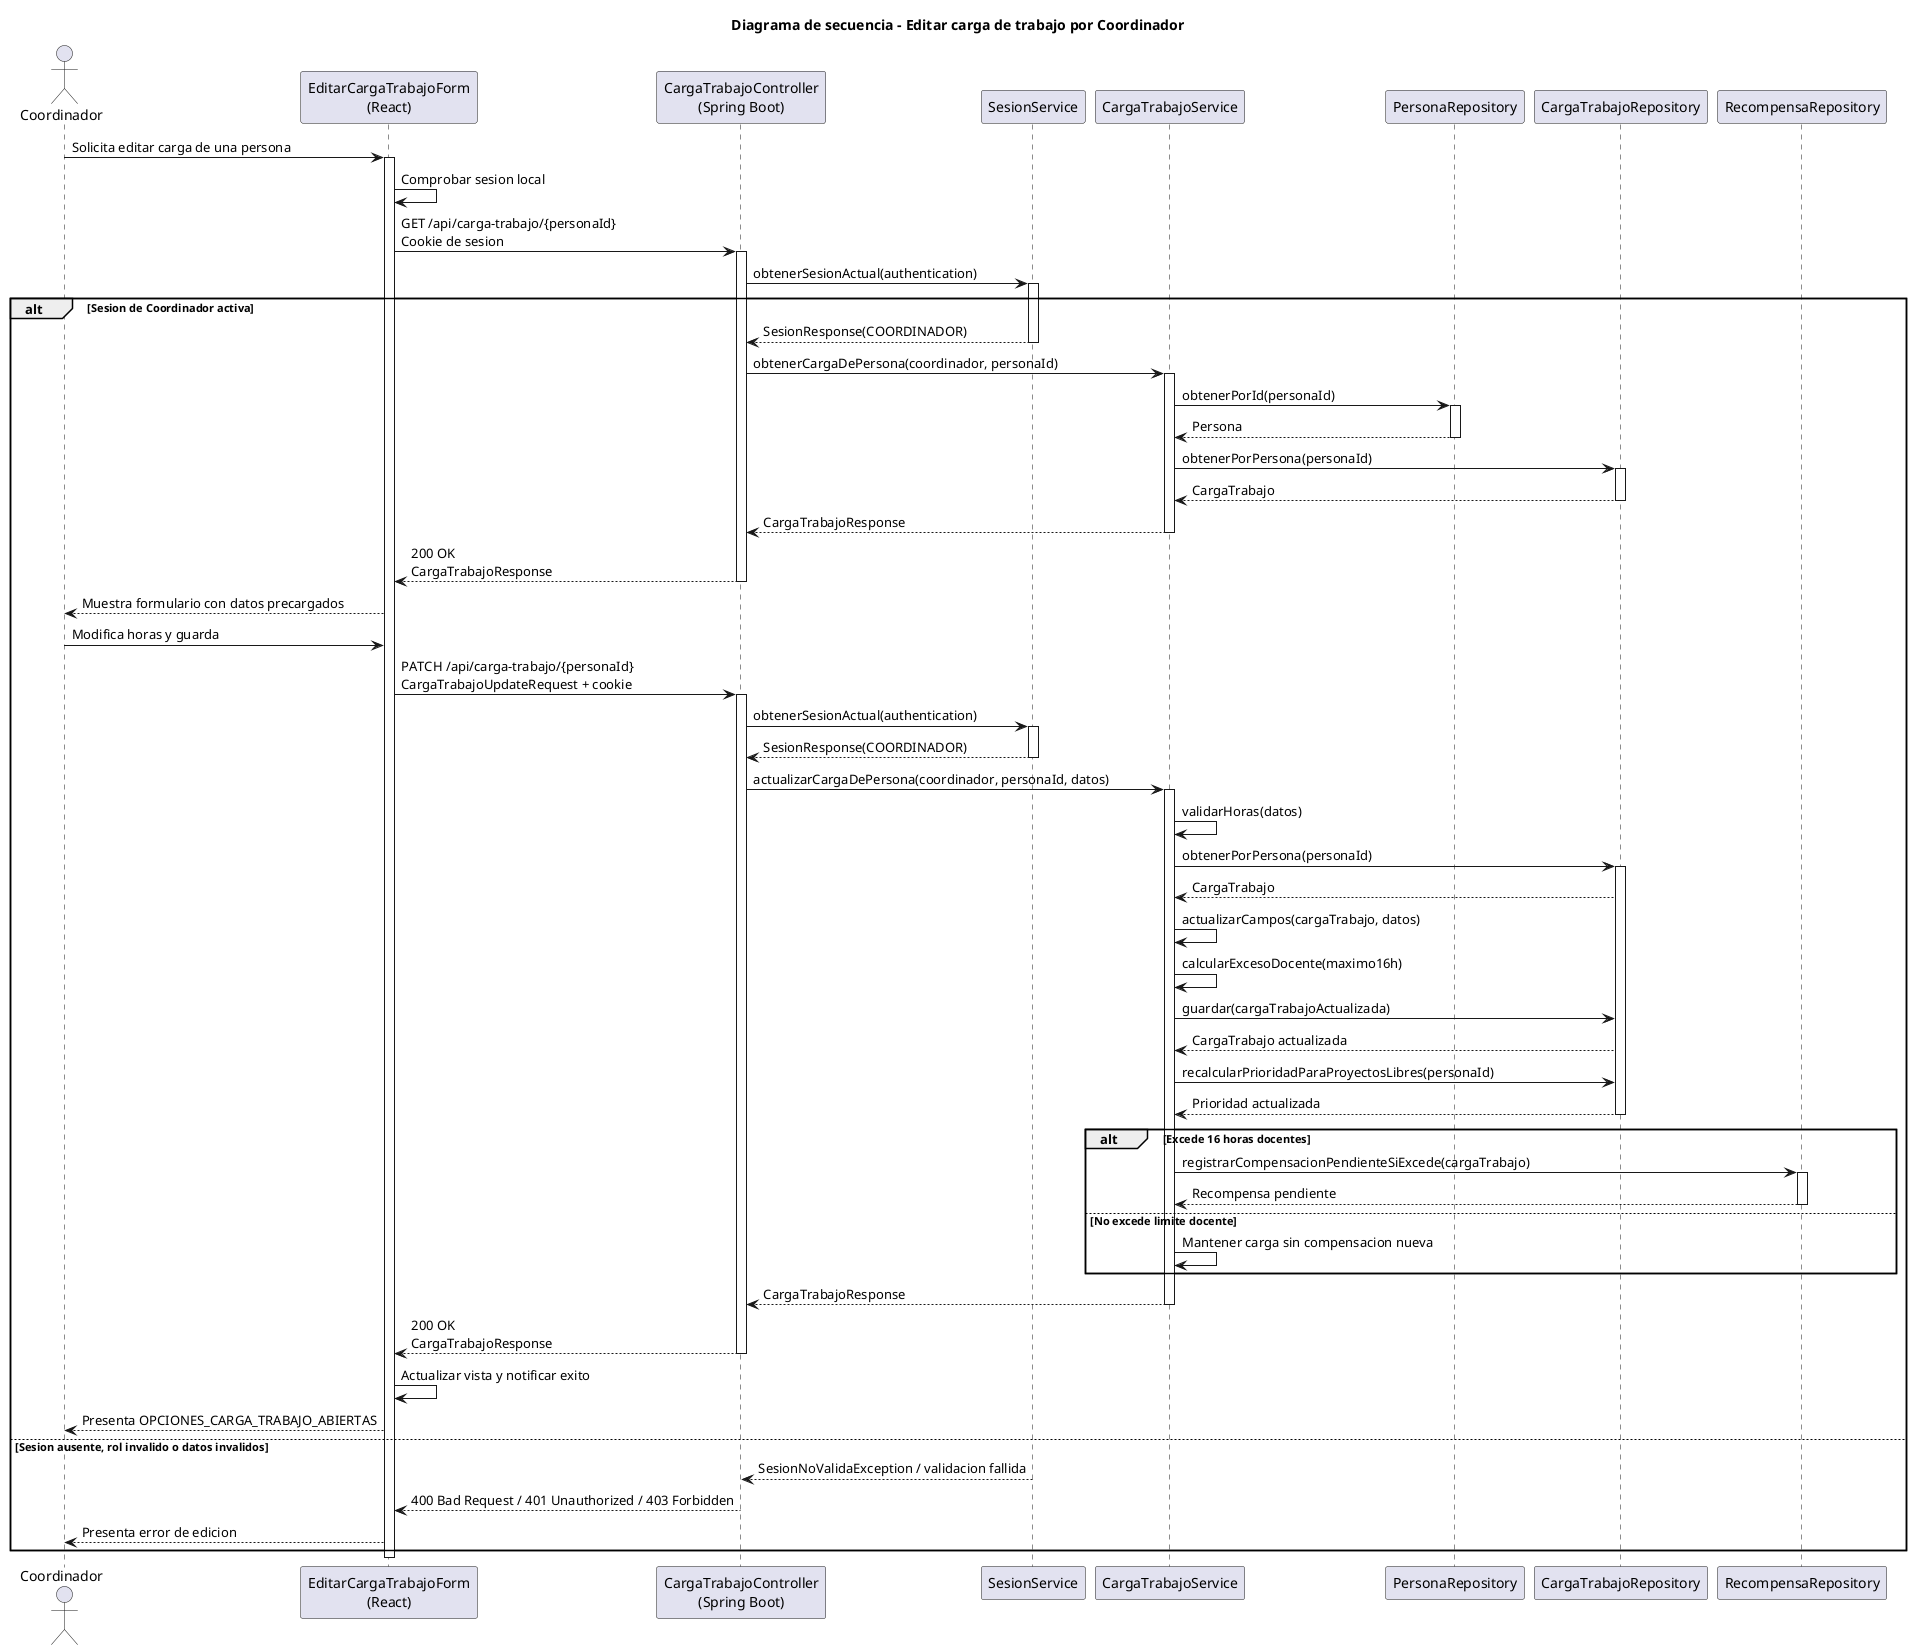
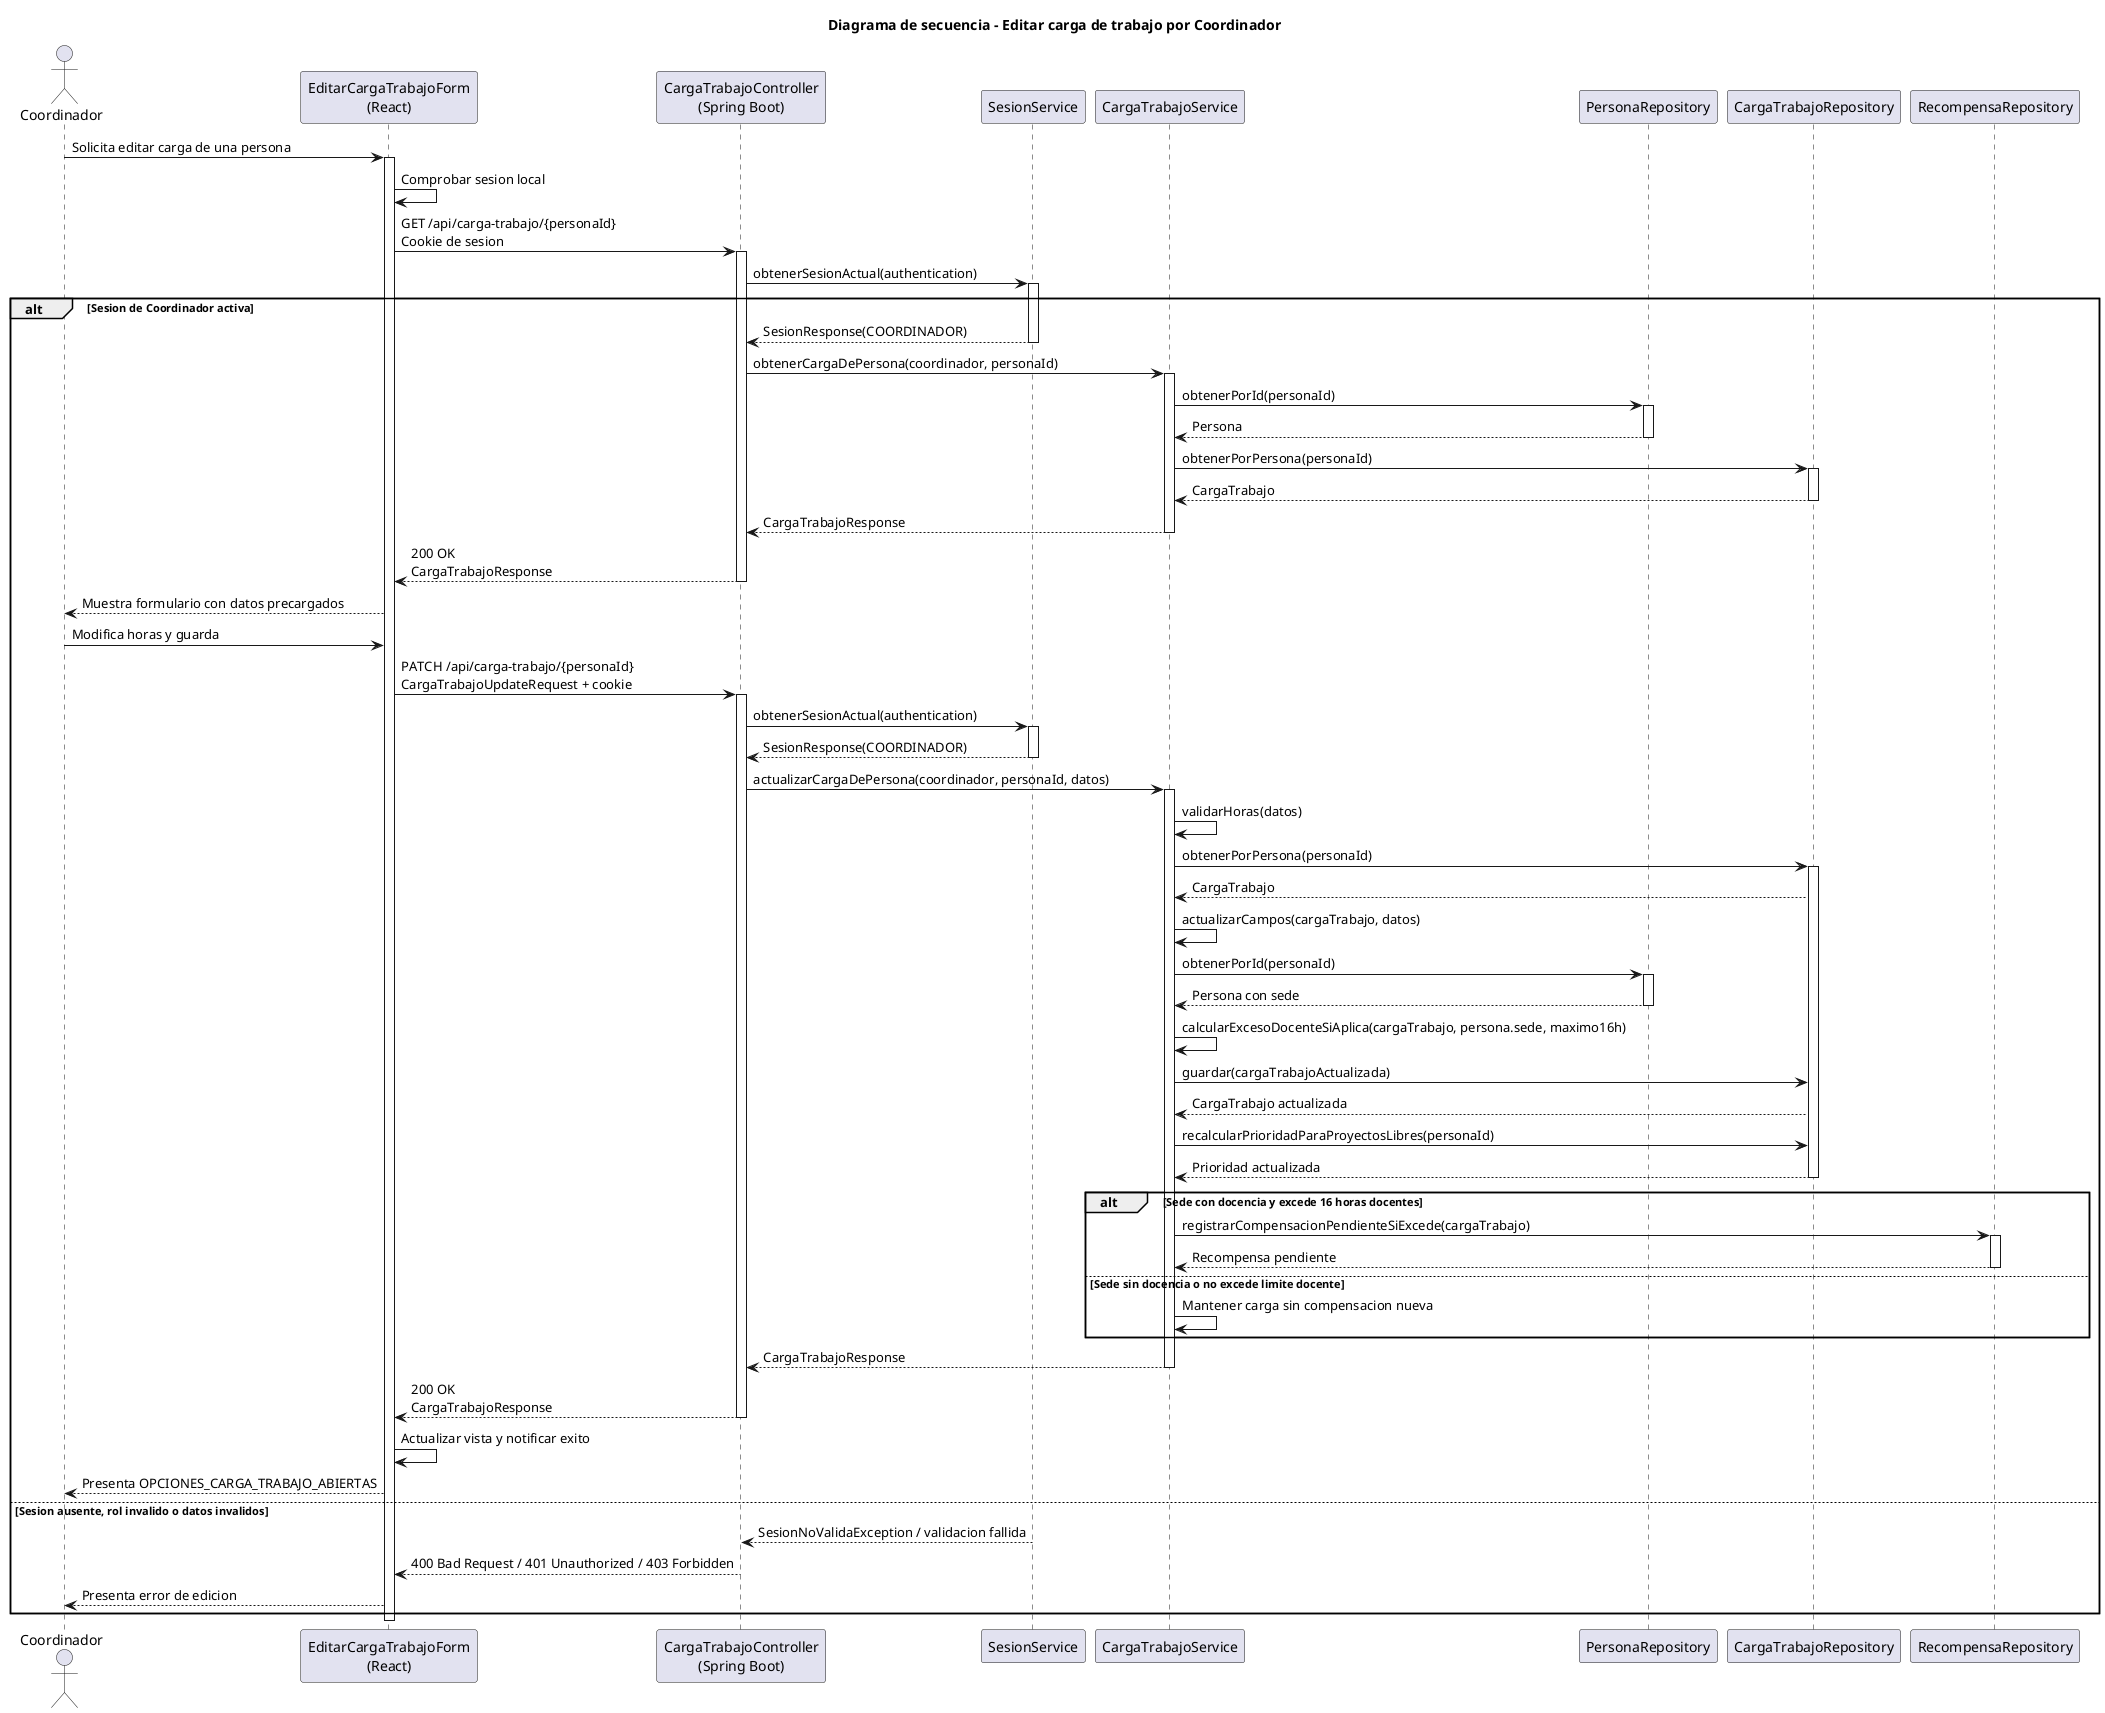
@startuml editarCargaTrabajo-coordinador-diseno
title Diagrama de secuencia - Editar carga de trabajo por Coordinador

actor Coordinador
participant "EditarCargaTrabajoForm\n(React)" as Frontend
participant "CargaTrabajoController\n(Spring Boot)" as Api
participant "SesionService" as Sesion
participant "CargaTrabajoService" as Service
participant "PersonaRepository" as PersonaRepo
participant "CargaTrabajoRepository" as CargaRepo
participant "RecompensaRepository" as RecompensaRepo

Coordinador -> Frontend: Solicita editar carga de una persona
activate Frontend
Frontend -> Frontend: Comprobar sesion local
Frontend -> Api: GET /api/carga-trabajo/{personaId}\nCookie de sesion
activate Api
Api -> Sesion: obtenerSesionActual(authentication)
activate Sesion
alt Sesion de Coordinador activa
    Sesion --> Api: SesionResponse(COORDINADOR)
    deactivate Sesion
    Api -> Service: obtenerCargaDePersona(coordinador, personaId)
    activate Service
    Service -> PersonaRepo: obtenerPorId(personaId)
    activate PersonaRepo
    PersonaRepo --> Service: Persona
    deactivate PersonaRepo
    Service -> CargaRepo: obtenerPorPersona(personaId)
    activate CargaRepo
    CargaRepo --> Service: CargaTrabajo
    deactivate CargaRepo
    Service --> Api: CargaTrabajoResponse
    deactivate Service
    Api --> Frontend: 200 OK\nCargaTrabajoResponse
    deactivate Api
    Frontend --> Coordinador: Muestra formulario con datos precargados
    Coordinador -> Frontend: Modifica horas y guarda
    Frontend -> Api: PATCH /api/carga-trabajo/{personaId}\nCargaTrabajoUpdateRequest + cookie
    activate Api
    Api -> Sesion: obtenerSesionActual(authentication)
    activate Sesion
    Sesion --> Api: SesionResponse(COORDINADOR)
    deactivate Sesion
    Api -> Service: actualizarCargaDePersona(coordinador, personaId, datos)
    activate Service
    Service -> Service: validarHoras(datos)
    Service -> CargaRepo: obtenerPorPersona(personaId)
    activate CargaRepo
    CargaRepo --> Service: CargaTrabajo
    Service -> Service: actualizarCampos(cargaTrabajo, datos)
-     Service -> Service: calcularExcesoDocente(maximo16h)
+     Service -> PersonaRepo: obtenerPorId(personaId)
+     activate PersonaRepo
+     PersonaRepo --> Service: Persona con sede
+     deactivate PersonaRepo
+     Service -> Service: calcularExcesoDocenteSiAplica(cargaTrabajo, persona.sede, maximo16h)
    Service -> CargaRepo: guardar(cargaTrabajoActualizada)
    CargaRepo --> Service: CargaTrabajo actualizada
    Service -> CargaRepo: recalcularPrioridadParaProyectosLibres(personaId)
    CargaRepo --> Service: Prioridad actualizada
    deactivate CargaRepo
-     alt Excede 16 horas docentes
+     alt Sede con docencia y excede 16 horas docentes
        Service -> RecompensaRepo: registrarCompensacionPendienteSiExcede(cargaTrabajo)
        activate RecompensaRepo
        RecompensaRepo --> Service: Recompensa pendiente
        deactivate RecompensaRepo
-     else No excede limite docente
+     else Sede sin docencia o no excede limite docente
        Service -> Service: Mantener carga sin compensacion nueva
    end
    Service --> Api: CargaTrabajoResponse
    deactivate Service
    Api --> Frontend: 200 OK\nCargaTrabajoResponse
    deactivate Api
    Frontend -> Frontend: Actualizar vista y notificar exito
    Frontend --> Coordinador: Presenta OPCIONES_CARGA_TRABAJO_ABIERTAS
else Sesion ausente, rol invalido o datos invalidos
    Sesion --> Api: SesionNoValidaException / validacion fallida
    deactivate Sesion
    Api --> Frontend: 400 Bad Request / 401 Unauthorized / 403 Forbidden
    deactivate Api
    Frontend --> Coordinador: Presenta error de edicion
end
deactivate Frontend
@enduml
